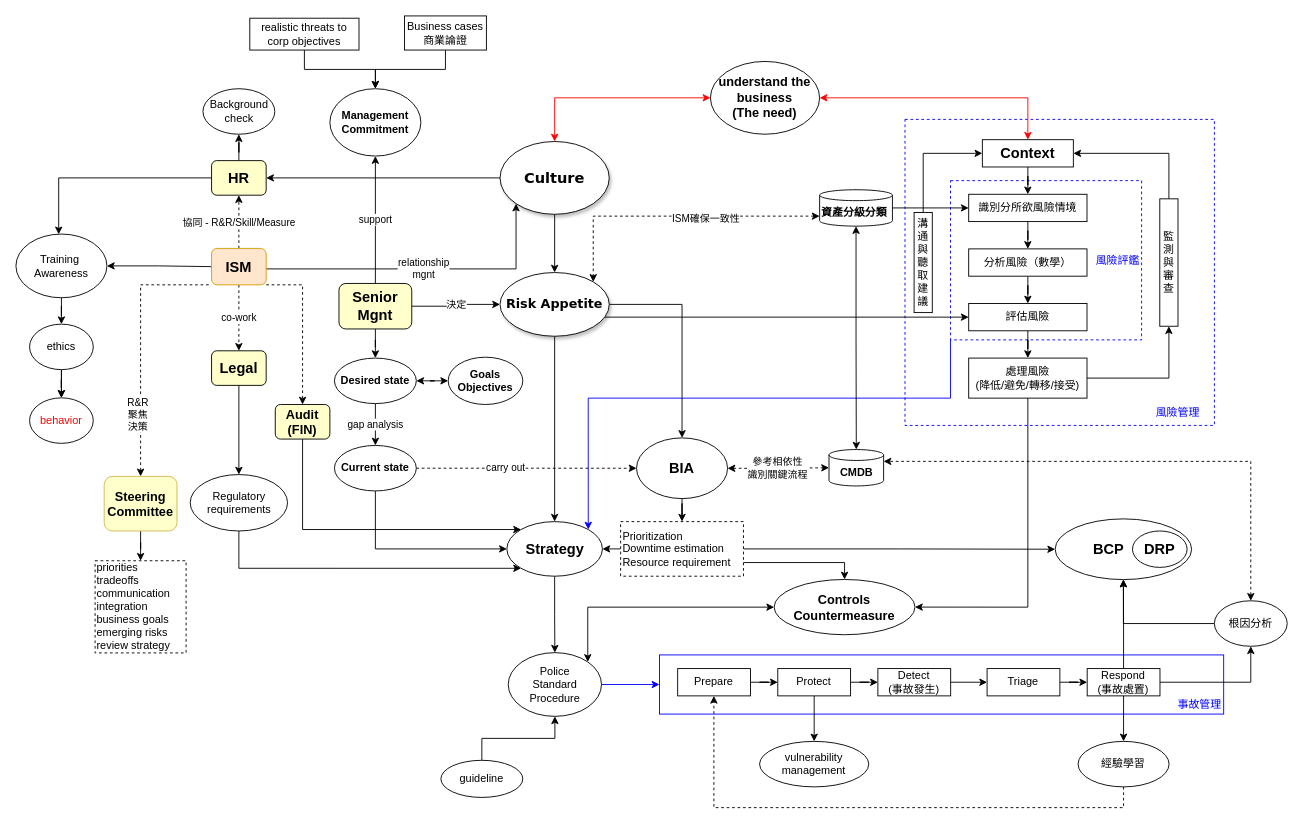
This is Untitled Diagram.drawio from digipenguin/machinelearn-ndu, a draw.io file, before an edit. Source tidied: cells renumbered, new cells numbered last; positions are measured from the earlier drawing's top-left corner, leaving out a move shared by most shapes. Both pictures are drawn from the tidied source at 91%, with x=0, y=0 at pixel (15, 15).
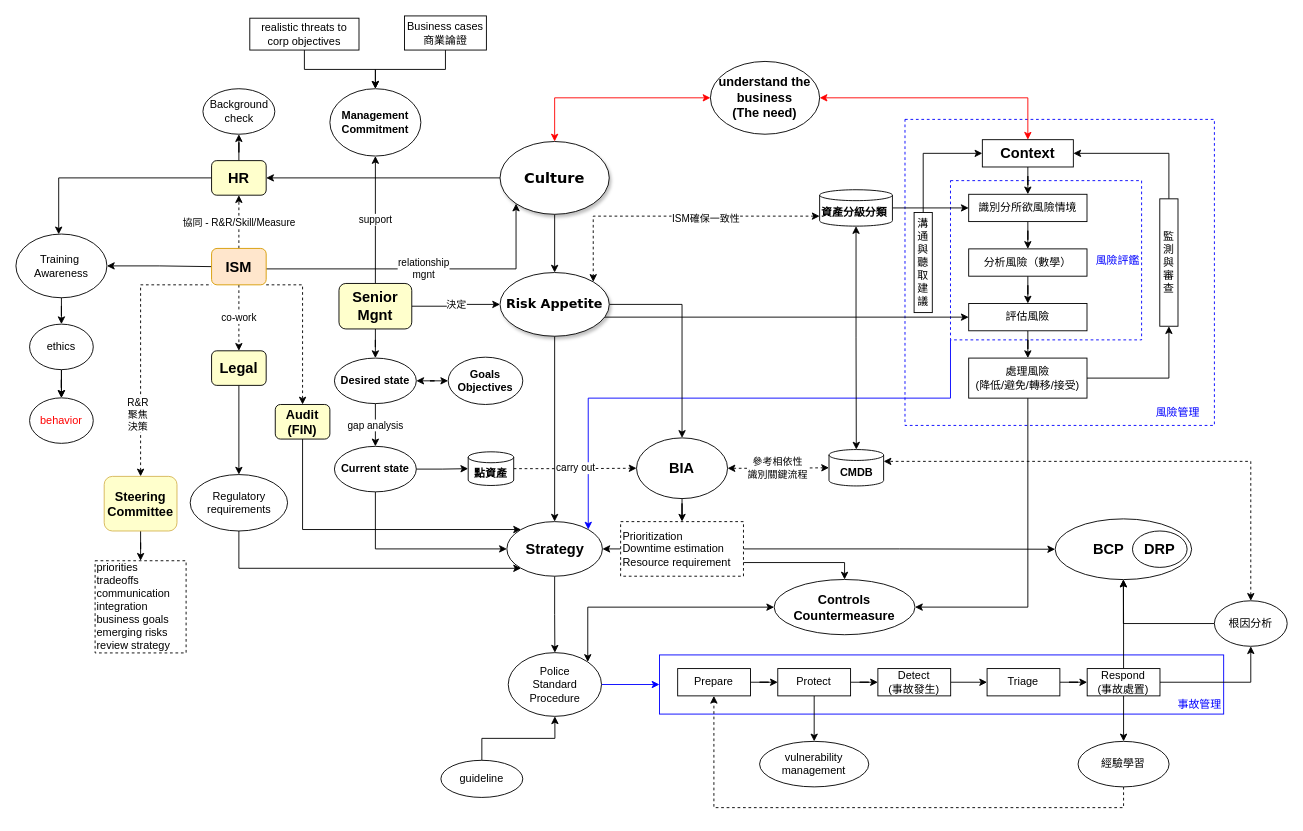
Above is the later version.

The change refers to these unchanged cells:
```xml
<mxCell id="63" value="&lt;font style=&quot;font-size: 16px&quot;&gt;&lt;b&gt;BIA&lt;/b&gt;&lt;/font&gt;" style="ellipse;whiteSpace=wrap;html=1;strokeColor=#000000;fillColor=#FFFFFF;" parent="1" vertex="1">
  <mxGeometry x="682" y="463.7" width="100" height="66.7" as="geometry" />
</mxCell>
```

Diff of the diagram source:
```diff
@@
-    <mxCell id="75" value="carry out" style="edgeStyle=orthogonalEdgeStyle;rounded=0;jettySize=auto;html=1;entryX=0;entryY=0.5;entryDx=0;entryDy=0;dashed=1;startArrow=none;startFill=0;endArrow=classic;endFill=1;align=right;" parent="1" edge="1" source="77" target="63">
+    <mxCell id="75" value="carry out" style="edgeStyle=orthogonalEdgeStyle;rounded=0;jettySize=auto;html=1;entryX=0;entryY=0.5;entryDx=0;entryDy=0;dashed=1;startArrow=none;startFill=0;endArrow=classic;endFill=1;align=center;" parent="1" edge="1" source="118" target="63">
       <mxGeometry relative="1" as="geometry" />
     </mxCell>
@@
+    <mxCell id="117" style="edgeStyle=orthogonalEdgeStyle;rounded=0;jettySize=auto;html=1;" parent="1" edge="1" source="77" target="118">
+      <mxGeometry relative="1" as="geometry" />
+    </mxCell>
     <mxCell id="77" value="&lt;b&gt;Current state&lt;/b&gt;" style="ellipse;whiteSpace=wrap;html=1;strokeColor=#000000;fillColor=#FFFFFF;" parent="1" vertex="1">
-      <mxGeometry x="350" y="472" width="90" height="50" as="geometry" />
+      <mxGeometry x="350" y="473" width="90" height="50" as="geometry" />
     </mxCell>
@@
+    <mxCell id="118" value="&lt;b&gt;點資產&lt;br&gt;&lt;/b&gt;" style="shape=cylinder3;whiteSpace=wrap;html=1;boundedLbl=1;backgroundOutline=1;size=6;fillColor=#FFFFFF;" parent="1" vertex="1">
+      <mxGeometry x="497" y="479" width="50" height="37" as="geometry" />
+    </mxCell>
```
